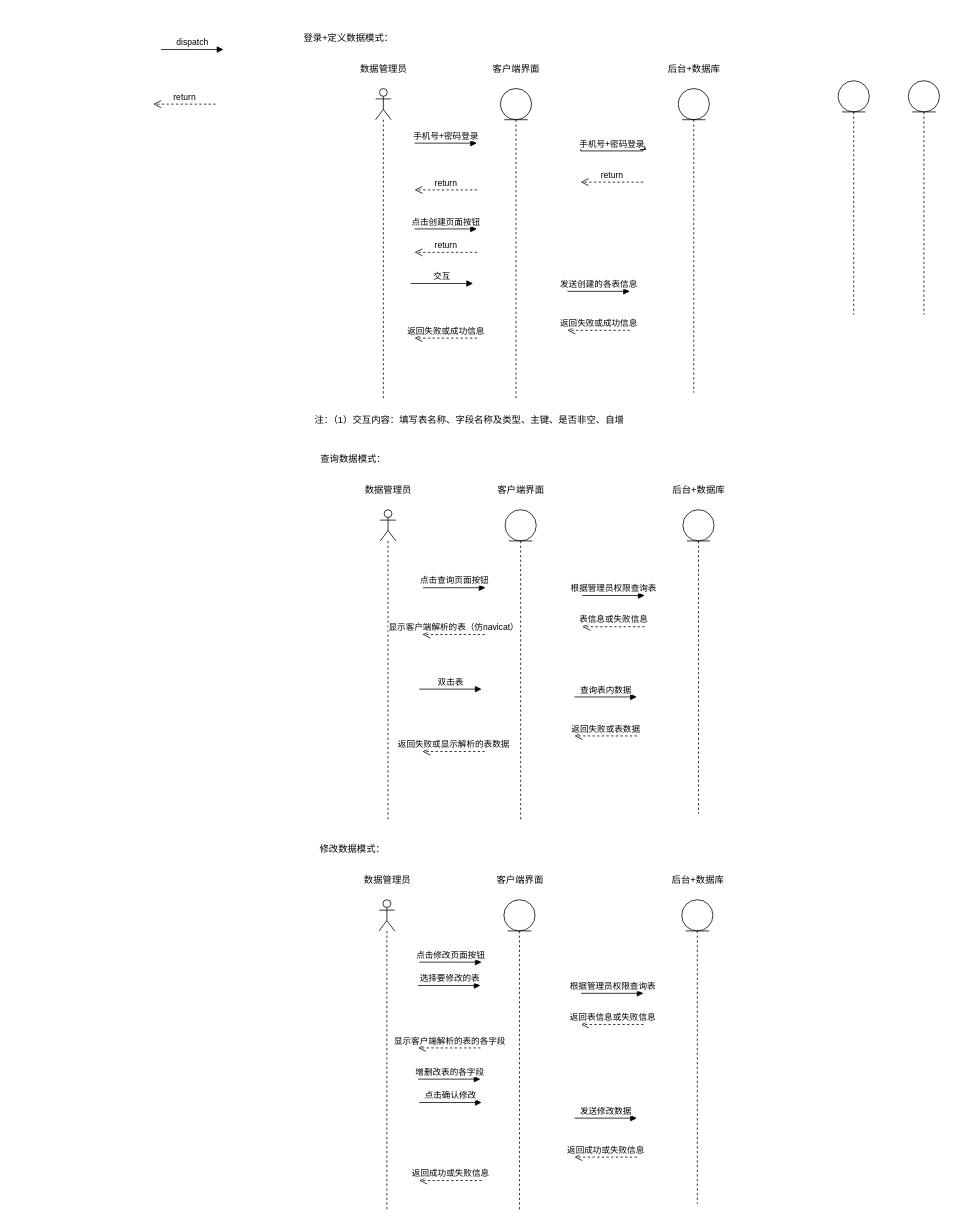
This is page "第 2 页" (2 of 2) of 软工课设.drawio from Iaiolk/VerilogCDE, a draw.io file, before an edit. Source tidied: cells renumbered, new cells numbered last; positions are measured from the earlier drawing's top-left corner, leaving out a move shared by most shapes. Both pictures are drawn from the tidied source at 78%, with x=0, y=0 at pixel (153, 26).
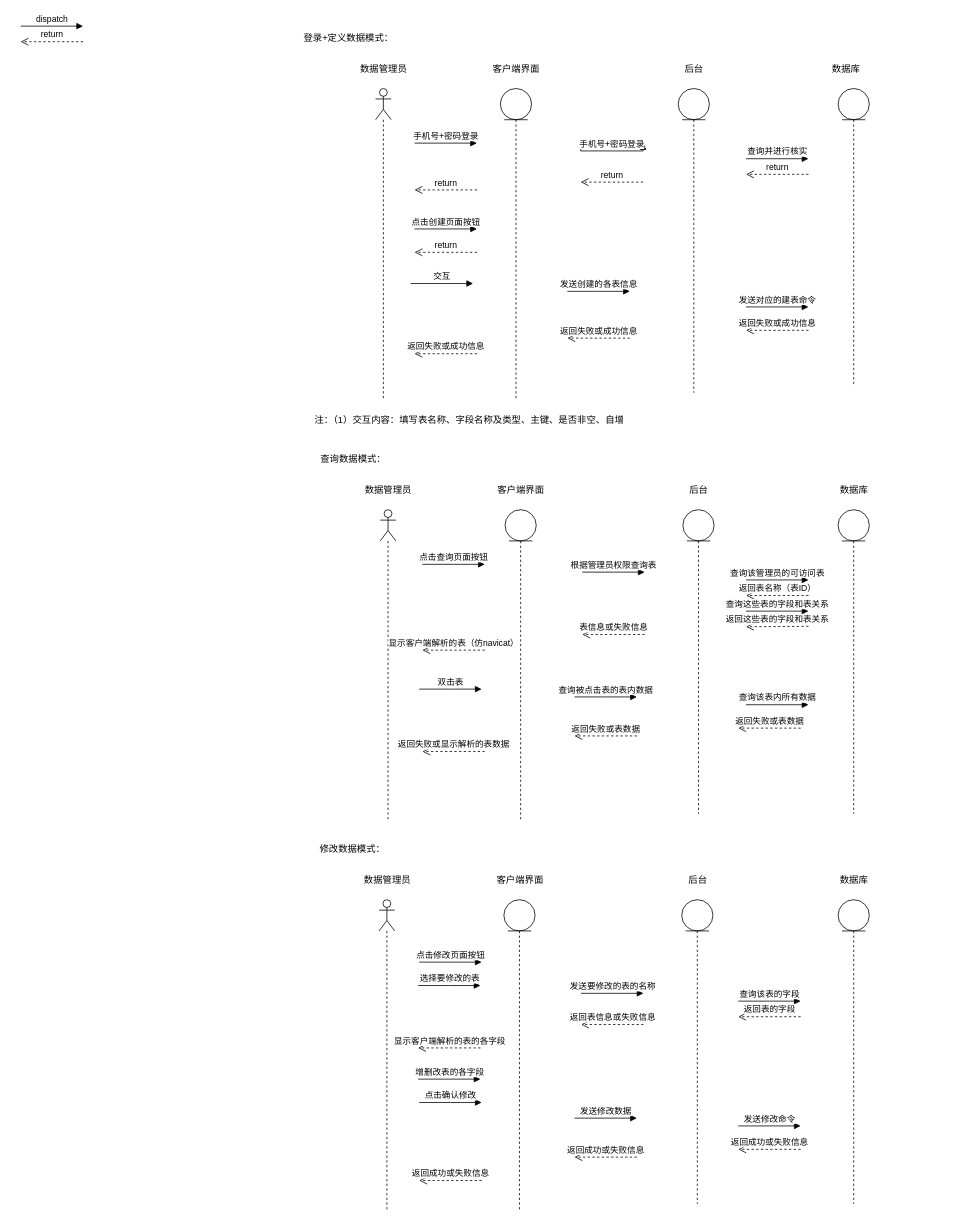
After the change.

The edit, as a diff of the source:
```diff
@@
     <mxCell id="6" style="shape=umlLifeline;perimeter=lifelinePerimeter;whiteSpace=wrap;html=1;newEdgeStyle={&quot;edgeStyle&quot;:&quot;elbowEdgeStyle&quot;,&quot;elbow&quot;:&quot;vertical&quot;,&quot;curved&quot;:0,&quot;rounded&quot;:0};participant=umlEntity;" parent="1" vertex="1">
-      <mxGeometry x="878" y="70" width="40" height="300" as="geometry" />
+      <mxGeometry x="878" y="80" width="40" height="380" as="geometry" />
     </mxCell>
@@
     <mxCell id="8" style="shape=umlLifeline;perimeter=lifelinePerimeter;whiteSpace=wrap;html=1;newEdgeStyle={&quot;edgeStyle&quot;:&quot;elbowEdgeStyle&quot;,&quot;elbow&quot;:&quot;vertical&quot;,&quot;curved&quot;:0,&quot;rounded&quot;:0};participant=umlEntity;" parent="1" vertex="1">
-      <mxGeometry x="968" y="70" width="40" height="300" as="geometry" />
+      <mxGeometry x="878" y="620" width="40" height="390" as="geometry" />
     </mxCell>
@@
-    <mxCell id="10" value="后台+数据库" style="text;html=1;align=center;verticalAlign=middle;strokeColor=none;fillColor=none;" parent="1" vertex="1">
-      <mxGeometry x="648" y="40" width="90" height="30" as="geometry" />
+    <mxCell id="10" value="后台" style="text;html=1;align=center;verticalAlign=middle;strokeColor=none;fillColor=none;" parent="1" vertex="1">
+      <mxGeometry x="668" y="40" width="50" height="30" as="geometry" />
     </mxCell>
@@
     <mxCell id="13" value="手机号+密码登录" style="html=1;verticalAlign=bottom;endArrow=block;edgeStyle=elbowEdgeStyle;elbow=vertical;curved=0;rounded=0;" parent="1" edge="1">
       <mxGeometry relative="1" as="geometry">
         <mxPoint x="548" y="150" as="sourcePoint" />
         <mxPoint x="628" y="150" as="targetPoint" />
         <Array as="points">
-          <mxPoint x="698" y="160" />
+          <mxPoint x="590" y="160" />
         </Array>
       </mxGeometry>
     </mxCell>
@@
     <mxCell id="17" value="dispatch" style="html=1;verticalAlign=bottom;endArrow=block;edgeStyle=elbowEdgeStyle;elbow=vertical;curved=0;rounded=0;" parent="1" edge="1">
       <mxGeometry relative="1" as="geometry">
-        <mxPoint x="10" y="30" as="sourcePoint" />
-        <mxPoint x="90" y="30" as="targetPoint" />
+        <mxPoint x="-170" as="sourcePoint" />
+        <mxPoint x="-90" as="targetPoint" />
       </mxGeometry>
     </mxCell>
     <mxCell id="18" value="return" style="html=1;verticalAlign=bottom;endArrow=open;dashed=1;endSize=8;edgeStyle=elbowEdgeStyle;elbow=vertical;curved=0;rounded=0;" parent="1" edge="1">
       <mxGeometry relative="1" as="geometry">
-        <mxPoint x="80" y="100" as="sourcePoint" />
-        <mxPoint y="100" as="targetPoint" />
+        <mxPoint x="-90" y="20" as="sourcePoint" />
+        <mxPoint x="-170" y="20" as="targetPoint" />
       </mxGeometry>
     </mxCell>
@@
     <mxCell id="22" value="返回失败或成功信息" style="html=1;verticalAlign=bottom;endArrow=open;dashed=1;endSize=8;edgeStyle=elbowEdgeStyle;elbow=vertical;curved=0;rounded=0;" parent="1" edge="1">
       <mxGeometry relative="1" as="geometry">
-        <mxPoint x="611" y="390" as="sourcePoint" />
-        <mxPoint x="531" y="390" as="targetPoint" />
+        <mxPoint x="611" y="400" as="sourcePoint" />
+        <mxPoint x="531" y="400" as="targetPoint" />
       </mxGeometry>
     </mxCell>
     <mxCell id="23" value="返回失败或成功信息" style="html=1;verticalAlign=bottom;endArrow=open;dashed=1;endSize=8;edgeStyle=elbowEdgeStyle;elbow=vertical;curved=0;rounded=0;" parent="1" edge="1">
       <mxGeometry relative="1" as="geometry">
-        <mxPoint x="415" y="400" as="sourcePoint" />
-        <mxPoint x="335" y="400" as="targetPoint" />
+        <mxPoint x="415" y="420" as="sourcePoint" />
+        <mxPoint x="335" y="420" as="targetPoint" />
       </mxGeometry>
     </mxCell>
@@
-    <mxCell id="30" value="后台+数据库" style="text;html=1;align=center;verticalAlign=middle;strokeColor=none;fillColor=none;" parent="1" vertex="1">
-      <mxGeometry x="654" y="580" width="90" height="30" as="geometry" />
+    <mxCell id="30" value="后台" style="text;html=1;align=center;verticalAlign=middle;strokeColor=none;fillColor=none;" parent="1" vertex="1">
+      <mxGeometry x="674" y="580" width="50" height="30" as="geometry" />
     </mxCell>
     <mxCell id="31" value="点击查询页面按钮" style="html=1;verticalAlign=bottom;endArrow=block;edgeStyle=elbowEdgeStyle;elbow=vertical;curved=0;rounded=0;" parent="1" edge="1">
       <mxGeometry relative="1" as="geometry">
-        <mxPoint x="346" y="720" as="sourcePoint" />
-        <mxPoint x="426" y="720" as="targetPoint" />
+        <mxPoint x="345" y="690" as="sourcePoint" />
+        <mxPoint x="425" y="690" as="targetPoint" />
       </mxGeometry>
     </mxCell>
     <mxCell id="32" value="显示客户端解析的表（仿navicat）" style="html=1;verticalAlign=bottom;endArrow=open;dashed=1;endSize=8;edgeStyle=elbowEdgeStyle;elbow=vertical;curved=0;rounded=0;" parent="1" edge="1">
       <mxGeometry relative="1" as="geometry">
-        <mxPoint x="425" y="780" as="sourcePoint" />
-        <mxPoint x="345" y="780" as="targetPoint" />
+        <mxPoint x="425" y="800" as="sourcePoint" />
+        <mxPoint x="345" y="800" as="targetPoint" />
       </mxGeometry>
     </mxCell>
@@
     <mxCell id="34" value="根据管理员权限查询表" style="html=1;verticalAlign=bottom;endArrow=block;edgeStyle=elbowEdgeStyle;elbow=vertical;curved=0;rounded=0;" parent="1" edge="1">
       <mxGeometry relative="1" as="geometry">
-        <mxPoint x="550" y="730" as="sourcePoint" />
-        <mxPoint x="630" y="730" as="targetPoint" />
+        <mxPoint x="550" y="700" as="sourcePoint" />
+        <mxPoint x="630" y="700" as="targetPoint" />
       </mxGeometry>
     </mxCell>
@@
     <mxCell id="37" value="表信息或失败信息" style="html=1;verticalAlign=bottom;endArrow=open;dashed=1;endSize=8;edgeStyle=elbowEdgeStyle;elbow=vertical;curved=0;rounded=0;" parent="1" edge="1">
       <mxGeometry relative="1" as="geometry">
-        <mxPoint x="630" y="770" as="sourcePoint" />
-        <mxPoint x="550" y="770" as="targetPoint" />
+        <mxPoint x="630" y="780" as="sourcePoint" />
+        <mxPoint x="550" y="780" as="targetPoint" />
       </mxGeometry>
     </mxCell>
-    <mxCell id="38" value="查询表内数据" style="html=1;verticalAlign=bottom;endArrow=block;edgeStyle=elbowEdgeStyle;elbow=vertical;curved=0;rounded=0;" parent="1" edge="1">
+    <mxCell id="38" value="查询被点击表的表内数据" style="html=1;verticalAlign=bottom;endArrow=block;edgeStyle=elbowEdgeStyle;elbow=vertical;curved=0;rounded=0;" parent="1" edge="1">
       <mxGeometry relative="1" as="geometry">
         <mxPoint x="540" y="860" as="sourcePoint" />
         <mxPoint x="620" y="860" as="targetPoint" />
       </mxGeometry>
     </mxCell>
@@
-    <mxCell id="45" value="后台+数据库" style="text;html=1;align=center;verticalAlign=middle;strokeColor=none;fillColor=none;" parent="1" vertex="1">
-      <mxGeometry x="652.5" y="1080" width="90" height="30" as="geometry" />
+    <mxCell id="45" value="后台" style="text;html=1;align=center;verticalAlign=middle;strokeColor=none;fillColor=none;" parent="1" vertex="1">
+      <mxGeometry x="672.5" y="1080" width="50" height="30" as="geometry" />
     </mxCell>
@@
-    <mxCell id="49" value="根据管理员权限查询表" style="html=1;verticalAlign=bottom;endArrow=block;edgeStyle=elbowEdgeStyle;elbow=vertical;curved=0;rounded=0;" parent="1" edge="1">
+    <mxCell id="49" value="发送要修改的表的名称" style="html=1;verticalAlign=bottom;endArrow=block;edgeStyle=elbowEdgeStyle;elbow=vertical;curved=0;rounded=0;" parent="1" edge="1">
       <mxGeometry relative="1" as="geometry">
         <mxPoint x="548.5" y="1240" as="sourcePoint" />
         <mxPoint x="628.5" y="1240" as="targetPoint" />
       </mxGeometry>
     </mxCell>
@@
+    <mxCell id="56" value="数据库" style="text;html=1;align=center;verticalAlign=middle;strokeColor=none;fillColor=none;" parent="1" vertex="1">
+      <mxGeometry x="858" y="40" width="60" height="30" as="geometry" />
+    </mxCell>
+    <mxCell id="57" value="查询并进行核实" style="html=1;verticalAlign=bottom;endArrow=block;edgeStyle=elbowEdgeStyle;elbow=vertical;curved=0;rounded=0;" parent="1" edge="1">
+      <mxGeometry relative="1" as="geometry">
+        <mxPoint x="760" y="170" as="sourcePoint" />
+        <mxPoint x="840" y="170" as="targetPoint" />
+      </mxGeometry>
+    </mxCell>
+    <mxCell id="58" value="return" style="html=1;verticalAlign=bottom;endArrow=open;dashed=1;endSize=8;edgeStyle=elbowEdgeStyle;elbow=vertical;curved=0;rounded=0;" parent="1" edge="1">
+      <mxGeometry relative="1" as="geometry">
+        <mxPoint x="840" y="190" as="sourcePoint" />
+        <mxPoint x="760" y="190" as="targetPoint" />
+      </mxGeometry>
+    </mxCell>
+    <mxCell id="59" value="发送对应的建表命令" style="html=1;verticalAlign=bottom;endArrow=block;edgeStyle=elbowEdgeStyle;elbow=vertical;curved=0;rounded=0;" parent="1" edge="1">
+      <mxGeometry relative="1" as="geometry">
+        <mxPoint x="760" y="360" as="sourcePoint" />
+        <mxPoint x="840" y="360" as="targetPoint" />
+      </mxGeometry>
+    </mxCell>
+    <mxCell id="60" value="返回失败或成功信息" style="html=1;verticalAlign=bottom;endArrow=open;dashed=1;endSize=8;edgeStyle=elbowEdgeStyle;elbow=vertical;curved=0;rounded=0;" parent="1" edge="1">
+      <mxGeometry relative="1" as="geometry">
+        <mxPoint x="840" y="390" as="sourcePoint" />
+        <mxPoint x="760" y="390" as="targetPoint" />
+      </mxGeometry>
+    </mxCell>
+    <mxCell id="61" value="数据库" style="text;html=1;align=center;verticalAlign=middle;strokeColor=none;fillColor=none;" parent="1" vertex="1">
+      <mxGeometry x="868" y="580" width="60" height="30" as="geometry" />
+    </mxCell>
+    <mxCell id="62" value="查询该管理员的可访问表" style="html=1;verticalAlign=bottom;endArrow=block;edgeStyle=elbowEdgeStyle;elbow=vertical;curved=0;rounded=0;" parent="1" edge="1">
+      <mxGeometry relative="1" as="geometry">
+        <mxPoint x="760" y="710" as="sourcePoint" />
+        <mxPoint x="840" y="710" as="targetPoint" />
+      </mxGeometry>
+    </mxCell>
+    <mxCell id="63" value="返回表名称（表ID）" style="html=1;verticalAlign=bottom;endArrow=open;dashed=1;endSize=8;edgeStyle=elbowEdgeStyle;elbow=vertical;curved=0;rounded=0;" parent="1" edge="1">
+      <mxGeometry relative="1" as="geometry">
+        <mxPoint x="840" y="730" as="sourcePoint" />
+        <mxPoint x="760" y="730" as="targetPoint" />
+      </mxGeometry>
+    </mxCell>
+    <mxCell id="64" value="查询这些表的字段和表关系" style="html=1;verticalAlign=bottom;endArrow=block;edgeStyle=elbowEdgeStyle;elbow=vertical;curved=0;rounded=0;" parent="1" edge="1">
+      <mxGeometry relative="1" as="geometry">
+        <mxPoint x="760" y="750" as="sourcePoint" />
+        <mxPoint x="840" y="750" as="targetPoint" />
+      </mxGeometry>
+    </mxCell>
+    <mxCell id="65" value="返回这些表的字段和表关系" style="html=1;verticalAlign=bottom;endArrow=open;dashed=1;endSize=8;edgeStyle=elbowEdgeStyle;elbow=vertical;curved=0;rounded=0;" parent="1" edge="1">
+      <mxGeometry x="0.01" relative="1" as="geometry">
+        <mxPoint x="840" y="769.5" as="sourcePoint" />
+        <mxPoint x="760" y="769.5" as="targetPoint" />
+      </mxGeometry>
+    </mxCell>
+    <mxCell id="66" value="查询该表内所有数据" style="html=1;verticalAlign=bottom;endArrow=block;edgeStyle=elbowEdgeStyle;elbow=vertical;curved=0;rounded=0;" parent="1" edge="1">
+      <mxGeometry relative="1" as="geometry">
+        <mxPoint x="760" y="870" as="sourcePoint" />
+        <mxPoint x="840" y="870" as="targetPoint" />
+      </mxGeometry>
+    </mxCell>
+    <mxCell id="67" value="返回失败或表数据" style="html=1;verticalAlign=bottom;endArrow=open;dashed=1;endSize=8;edgeStyle=elbowEdgeStyle;elbow=vertical;curved=0;rounded=0;" parent="1" edge="1">
+      <mxGeometry relative="1" as="geometry">
+        <mxPoint x="830" y="900" as="sourcePoint" />
+        <mxPoint x="750" y="900" as="targetPoint" />
+      </mxGeometry>
+    </mxCell>
+    <mxCell id="68" style="shape=umlLifeline;perimeter=lifelinePerimeter;whiteSpace=wrap;html=1;newEdgeStyle={&quot;edgeStyle&quot;:&quot;elbowEdgeStyle&quot;,&quot;elbow&quot;:&quot;vertical&quot;,&quot;curved&quot;:0,&quot;rounded&quot;:0};participant=umlEntity;" parent="1" vertex="1">
+      <mxGeometry x="878" y="1120" width="40" height="390" as="geometry" />
+    </mxCell>
+    <mxCell id="69" value="数据库" style="text;html=1;align=center;verticalAlign=middle;strokeColor=none;fillColor=none;" parent="1" vertex="1">
+      <mxGeometry x="868" y="1080" width="60" height="30" as="geometry" />
+    </mxCell>
+    <mxCell id="70" value="查询该表的字段" style="html=1;verticalAlign=bottom;endArrow=block;edgeStyle=elbowEdgeStyle;elbow=vertical;curved=0;rounded=0;" parent="1" edge="1">
+      <mxGeometry relative="1" as="geometry">
+        <mxPoint x="750" y="1250" as="sourcePoint" />
+        <mxPoint x="830" y="1250" as="targetPoint" />
+      </mxGeometry>
+    </mxCell>
+    <mxCell id="71" value="返回表的字段" style="html=1;verticalAlign=bottom;endArrow=open;dashed=1;endSize=8;edgeStyle=elbowEdgeStyle;elbow=vertical;curved=0;rounded=0;" parent="1" edge="1">
+      <mxGeometry relative="1" as="geometry">
+        <mxPoint x="830" y="1270" as="sourcePoint" />
+        <mxPoint x="750" y="1270" as="targetPoint" />
+      </mxGeometry>
+    </mxCell>
+    <mxCell id="72" value="发送修改命令" style="html=1;verticalAlign=bottom;endArrow=block;edgeStyle=elbowEdgeStyle;elbow=vertical;curved=0;rounded=0;" parent="1" edge="1">
+      <mxGeometry relative="1" as="geometry">
+        <mxPoint x="750" y="1410" as="sourcePoint" />
+        <mxPoint x="830" y="1410" as="targetPoint" />
+      </mxGeometry>
+    </mxCell>
+    <mxCell id="73" value="返回成功或失败信息" style="html=1;verticalAlign=bottom;endArrow=open;dashed=1;endSize=8;edgeStyle=elbowEdgeStyle;elbow=vertical;curved=0;rounded=0;" parent="1" edge="1">
+      <mxGeometry relative="1" as="geometry">
+        <mxPoint x="830" y="1440" as="sourcePoint" />
+        <mxPoint x="750" y="1440" as="targetPoint" />
+      </mxGeometry>
+    </mxCell>
```
